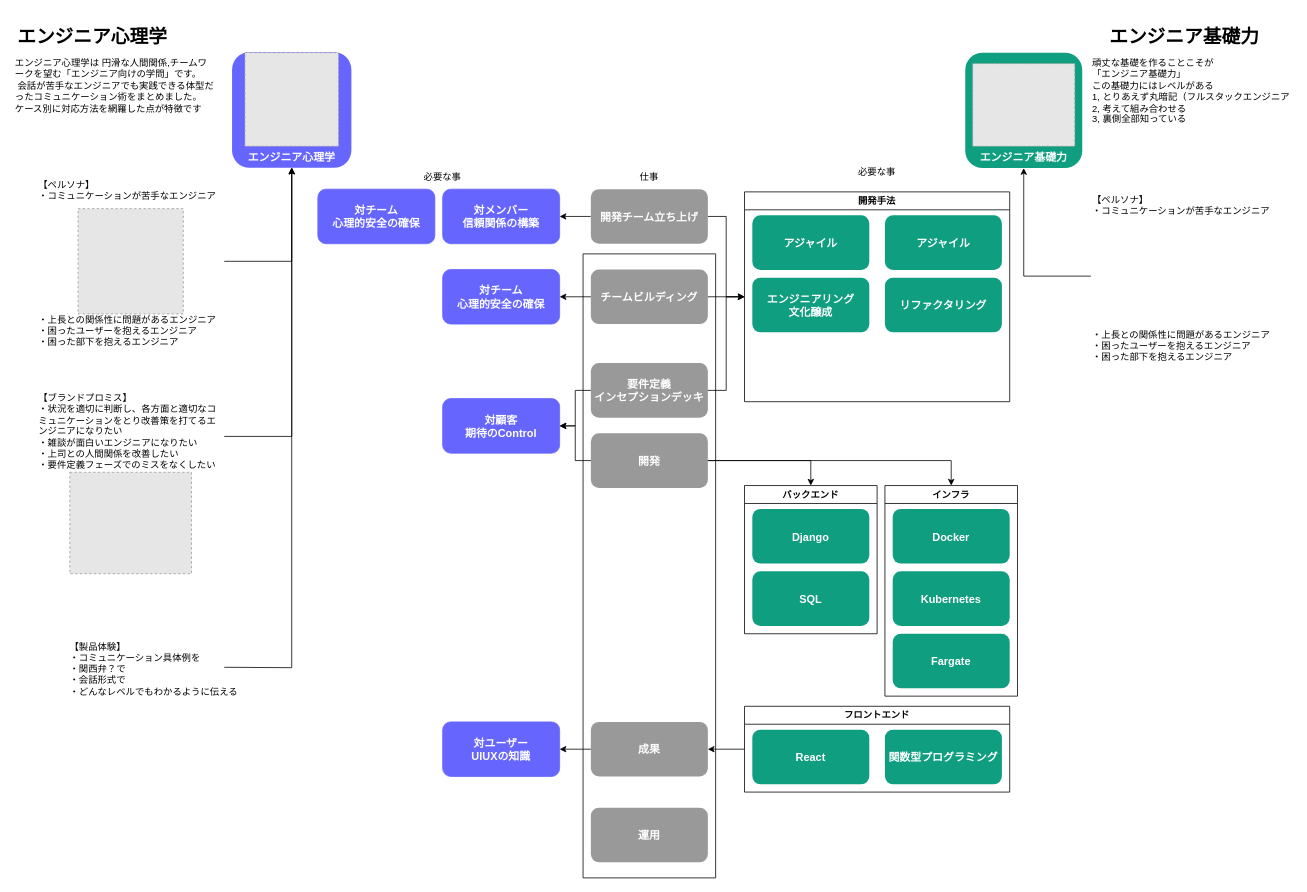
This is page "engineer_psychology" (2 of 34) of 人生設計.drawio from minegishirei/draw_v1, a draw.io file, before an edit. Source tidied: cells renumbered, new cells numbered last; positions are measured from the earlier drawing's top-left corner, leaving out a move shared by most shapes. Both pictures are drawn from the tidied source at 78%, with x=0, y=0 at pixel (13, 21). Pictures stored in the file or linked from it are replaced by grey dashed boxes.
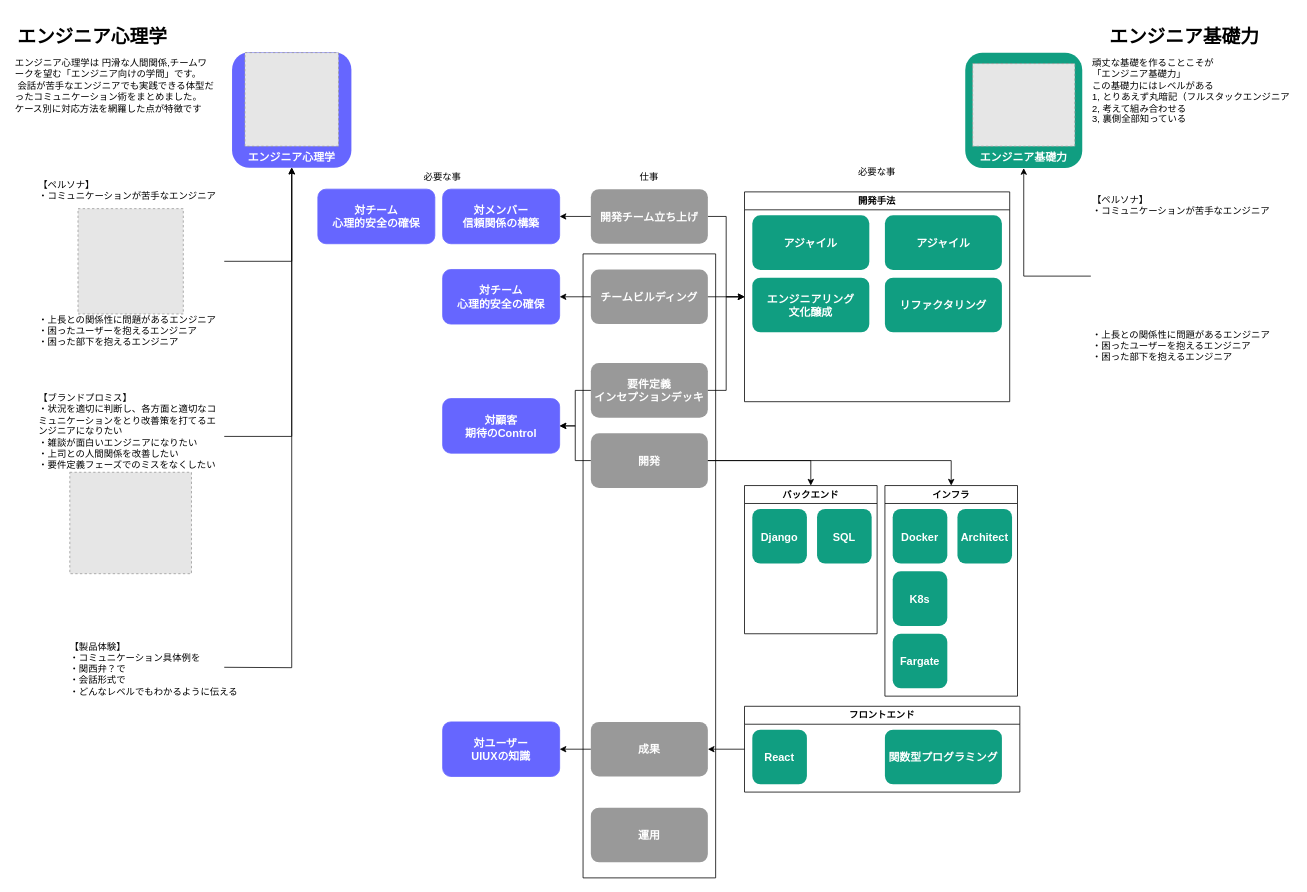
After the change.

Commit message (it also covers changes not shown here):
人生設計.drawio を更新します

The change refers to these unchanged cells:
```xml
<mxCell id="34" value="インフラ" style="swimlane;whiteSpace=wrap;html=1;" parent="1" vertex="1">
  <mxGeometry x="1117" y="595" width="170" height="270" as="geometry" />
</mxCell>
<mxCell id="38" value="バックエンド" style="swimlane;whiteSpace=wrap;html=1;" parent="1" vertex="1">
  <mxGeometry x="937" y="595" width="170" height="190" as="geometry" />
</mxCell>
```

Diff of the diagram source:
```diff
@@
-    <mxCell id="35" value="Kubernetes" style="rounded=1;fillColor=#109e81;strokeColor=none;shadow=0;gradientColor=none;fontStyle=1;fontColor=#FFFFFF;fontSize=14;" parent="34" vertex="1">
-      <mxGeometry x="10" y="110" width="150" height="70" as="geometry" />
+    <mxCell id="35" value="K8s" style="rounded=1;fillColor=#109e81;strokeColor=none;shadow=0;gradientColor=none;fontStyle=1;fontColor=#FFFFFF;fontSize=14;" parent="34" vertex="1">
+      <mxGeometry x="10" y="110" width="70" height="70" as="geometry" />
     </mxCell>
     <mxCell id="36" value="Fargate" style="rounded=1;fillColor=#109e81;strokeColor=none;shadow=0;gradientColor=none;fontStyle=1;fontColor=#FFFFFF;fontSize=14;" parent="34" vertex="1">
-      <mxGeometry x="10" y="190" width="150" height="70" as="geometry" />
+      <mxGeometry x="10" y="190" width="70" height="70" as="geometry" />
     </mxCell>
     <mxCell id="37" value="Docker" style="rounded=1;fillColor=#109e81;strokeColor=none;shadow=0;gradientColor=none;fontStyle=1;fontColor=#FFFFFF;fontSize=14;" parent="34" vertex="1">
-      <mxGeometry x="10" y="30" width="150" height="70" as="geometry" />
+      <mxGeometry x="10" y="30" width="70" height="70" as="geometry" />
     </mxCell>
+    <mxCell id="61" value="Architect" style="rounded=1;fillColor=#109e81;strokeColor=none;shadow=0;gradientColor=none;fontStyle=1;fontColor=#FFFFFF;fontSize=14;" parent="34" vertex="1">
+      <mxGeometry x="93" y="30" width="70" height="70" as="geometry" />
+    </mxCell>
@@
     <mxCell id="39" value="Django" style="rounded=1;fillColor=#109e81;strokeColor=none;shadow=0;gradientColor=none;fontStyle=1;fontColor=#FFFFFF;fontSize=14;" parent="38" vertex="1">
-      <mxGeometry x="10" y="30" width="150" height="70" as="geometry" />
+      <mxGeometry x="10" y="30" width="70" height="70" as="geometry" />
     </mxCell>
     <mxCell id="40" value="SQL" style="rounded=1;fillColor=#109e81;strokeColor=none;shadow=0;gradientColor=none;fontStyle=1;fontColor=#FFFFFF;fontSize=14;" parent="38" vertex="1">
-      <mxGeometry x="10" y="110" width="150" height="70" as="geometry" />
+      <mxGeometry x="93" y="30" width="70" height="70" as="geometry" />
     </mxCell>
@@
     <mxCell id="42" value="フロントエンド" style="swimlane;whiteSpace=wrap;html=1;" parent="1" vertex="1">
-      <mxGeometry x="937" y="878" width="340" height="110" as="geometry" />
+      <mxGeometry x="937" y="878" width="353" height="110" as="geometry" />
     </mxCell>
     <mxCell id="43" value="React" style="rounded=1;fillColor=#109e81;strokeColor=none;shadow=0;gradientColor=none;fontStyle=1;fontColor=#FFFFFF;fontSize=14;" parent="42" vertex="1">
-      <mxGeometry x="10" y="30" width="150" height="70" as="geometry" />
+      <mxGeometry x="10" y="30" width="70" height="70" as="geometry" />
     </mxCell>
```
